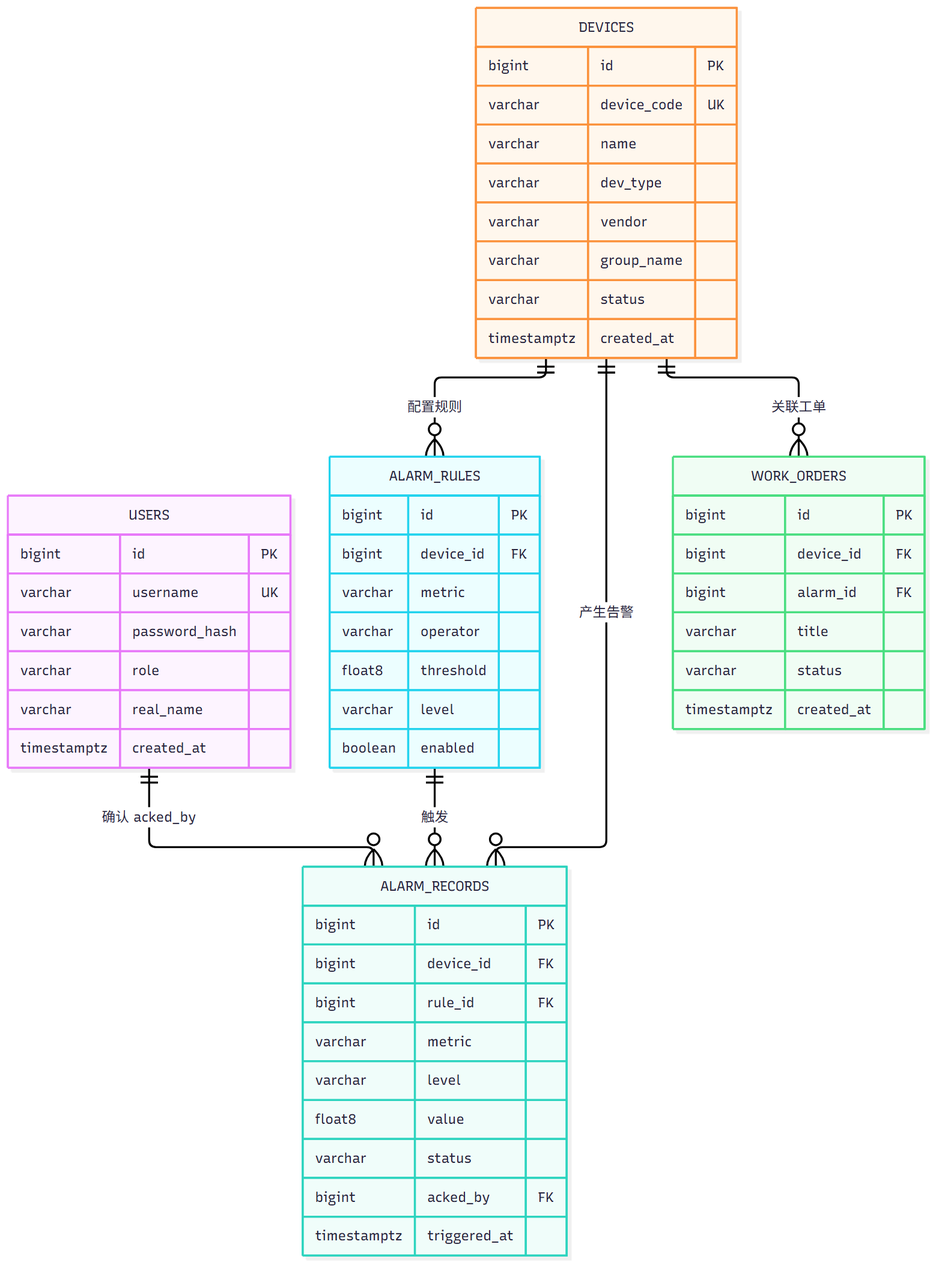
The Mermaid diagram 架构设计/diagrams/er.png in Cyan-carp/PowerSystem, before a commit. Its source is kept beside it as 架构设计/diagrams/er.mmd. Source of this version:
```mermaid
erDiagram
    USERS ||--o{ ALARM_RECORDS : "确认 acked_by"
    DEVICES ||--o{ ALARM_RULES : "配置规则"
    DEVICES ||--o{ ALARM_RECORDS : "产生告警"
    ALARM_RULES ||--o{ ALARM_RECORDS : "触发"
    DEVICES ||--o{ WORK_ORDERS : "关联工单"

    USERS {
        bigint id PK
        varchar username UK
        varchar password_hash
        varchar role
        varchar real_name
        timestamptz created_at
    }
    DEVICES {
        bigint id PK
        varchar device_code UK
        varchar name
        varchar dev_type
        varchar vendor
        varchar group_name
        varchar status
        timestamptz created_at
    }
    ALARM_RULES {
        bigint id PK
        bigint device_id FK
        varchar metric
        varchar operator
        float8 threshold
        varchar level
        boolean enabled
    }
    ALARM_RECORDS {
        bigint id PK
        bigint device_id FK
        bigint rule_id FK
        varchar metric
        varchar level
        float8 value
        varchar status
        bigint acked_by FK
        timestamptz triggered_at
    }
    WORK_ORDERS {
        bigint id PK
        bigint device_id FK
        bigint alarm_id FK
        varchar title
        varchar status
        timestamptz created_at
    }
```
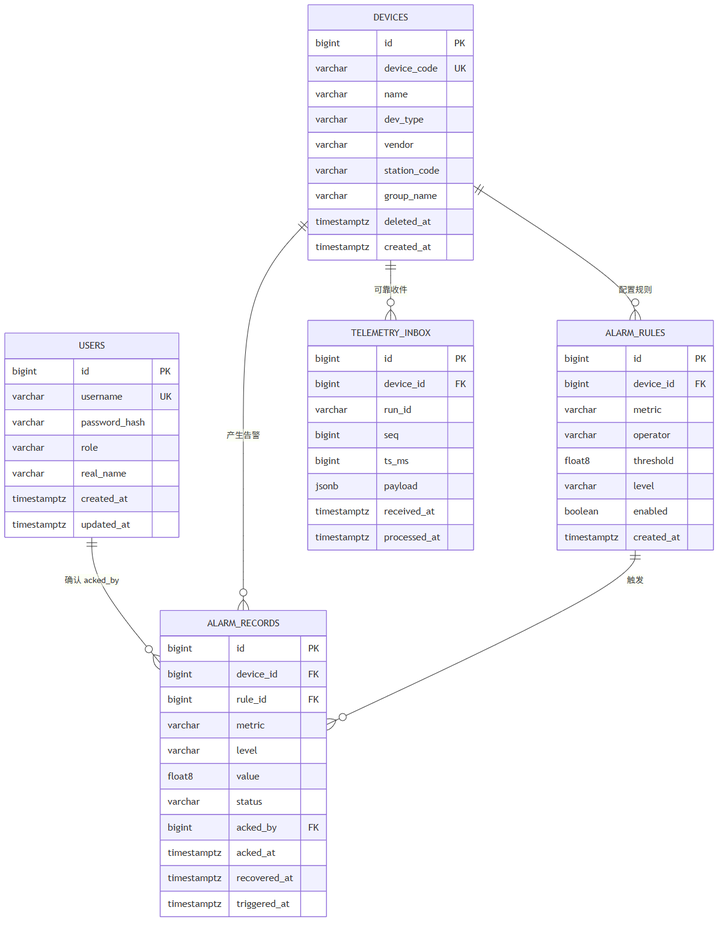
After the change.

What changed in the source:
```diff
@@ -3,7 +3,7 @@
     DEVICES ||--o{ ALARM_RULES : "配置规则"
     DEVICES ||--o{ ALARM_RECORDS : "产生告警"
     ALARM_RULES ||--o{ ALARM_RECORDS : "触发"
-    DEVICES ||--o{ WORK_ORDERS : "关联工单"
+    DEVICES ||--o{ TELEMETRY_INBOX : "可靠收件"
 
     USERS {
         bigint id PK
@@ -12,6 +12,7 @@
         varchar role
         varchar real_name
         timestamptz created_at
+        timestamptz updated_at
     }
     DEVICES {
         bigint id PK
@@ -19,8 +20,9 @@
         varchar name
         varchar dev_type
         varchar vendor
+        varchar station_code
         varchar group_name
-        varchar status
+        timestamptz deleted_at
         timestamptz created_at
     }
     ALARM_RULES {
@@ -31,6 +33,7 @@
         float8 threshold
         varchar level
         boolean enabled
+        timestamptz created_at
     }
     ALARM_RECORDS {
         bigint id PK
@@ -41,13 +44,17 @@
         float8 value
         varchar status
         bigint acked_by FK
+        timestamptz acked_at
+        timestamptz recovered_at
         timestamptz triggered_at
     }
-    WORK_ORDERS {
+    TELEMETRY_INBOX {
         bigint id PK
         bigint device_id FK
-        bigint alarm_id FK
-        varchar title
-        varchar status
-        timestamptz created_at
+        varchar run_id
+        bigint seq
+        bigint ts_ms
+        jsonb payload
+        timestamptz received_at
+        timestamptz processed_at
     }
```
